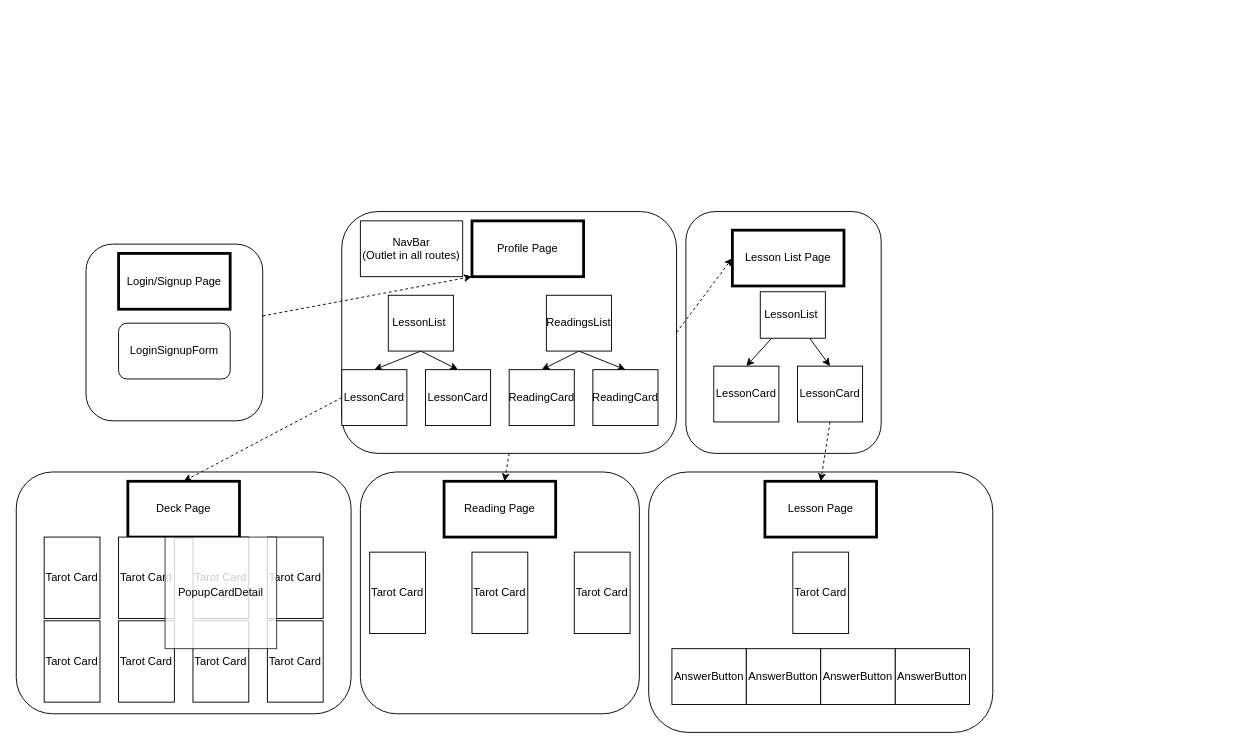
Above: planning/component-tree.drawio in jasentm/read-me (draw.io), before the change. Source tidied: cells renumbered, new cells numbered last; positions are measured from the earlier drawing's top-left corner, leaving out a move shared by most shapes. Both pictures are drawn from the tidied source at 93%, with x=0, y=0 at pixel (16, 211).
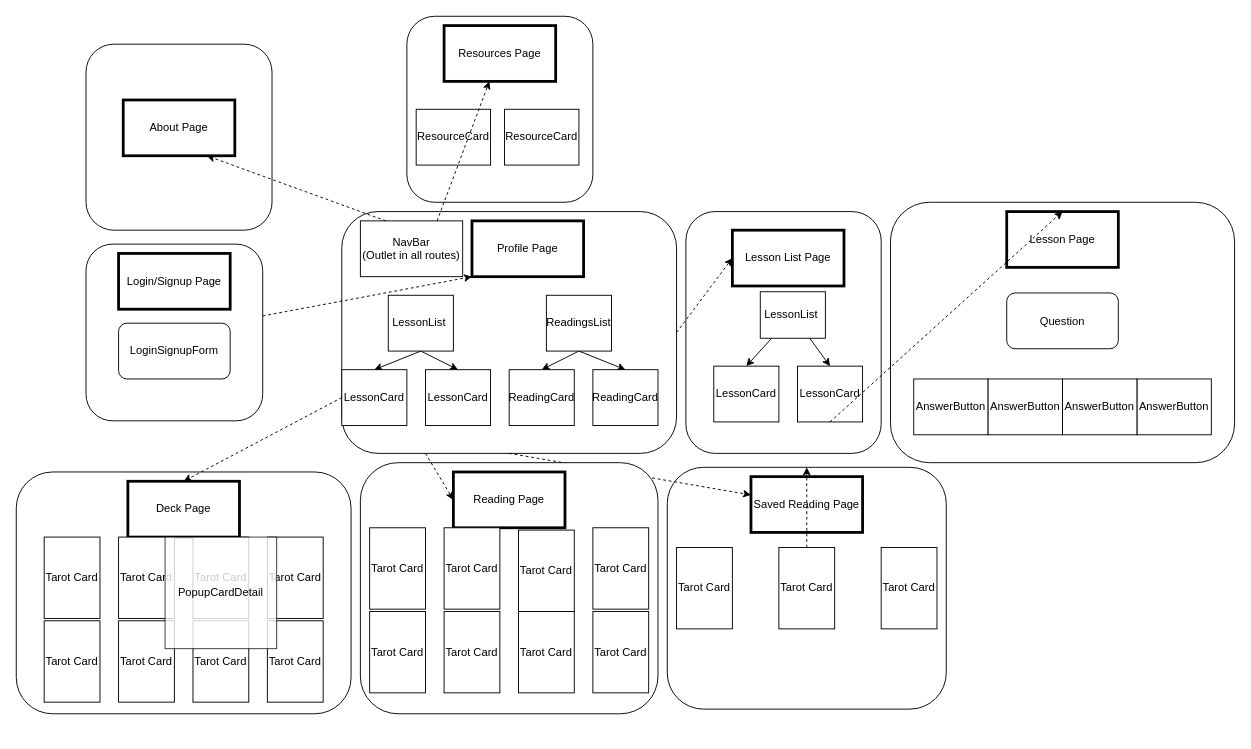
After the change.

The change refers to these unchanged cells:
```xml
<mxCell id="2" style="rounded=1;whiteSpace=wrap;html=1;" parent="1" vertex="1">
  <mxGeometry x="350" width="360" height="260" as="geometry" />
</mxCell>
<mxCell id="4" value="NavBar&lt;br&gt;(Outlet in all routes)" style="rounded=0;whiteSpace=wrap;html=1;shadow=0;strokeWidth=1;" parent="1" vertex="1">
  <mxGeometry x="370" y="10" width="110" height="60" as="geometry" />
</mxCell>
```

What changed in the source:
```diff
@@
     <mxCell id="26" style="rounded=1;whiteSpace=wrap;html=1;" parent="1" vertex="1">
-      <mxGeometry x="370" y="280" width="300" height="260" as="geometry" />
+      <mxGeometry x="700" y="275" width="300" height="260" as="geometry" />
     </mxCell>
-    <mxCell id="27" value="Reading Page" style="rounded=0;whiteSpace=wrap;html=1;shadow=0;strokeWidth=3;" parent="1" vertex="1">
-      <mxGeometry x="460" y="290" width="120" height="60" as="geometry" />
+    <mxCell id="27" value="Saved Reading Page" style="rounded=0;whiteSpace=wrap;html=1;shadow=0;strokeWidth=3;" parent="1" vertex="1">
+      <mxGeometry x="790" y="285" width="120" height="60" as="geometry" />
     </mxCell>
     <mxCell id="28" value="Tarot Card" style="rounded=0;whiteSpace=wrap;html=1;shadow=0;strokeWidth=1;" parent="1" vertex="1">
-      <mxGeometry x="380" y="366.2" width="60" height="87.5" as="geometry" />
+      <mxGeometry x="710" y="361.2" width="60" height="87.5" as="geometry" />
     </mxCell>
+    <mxCell id="53" style="edgeStyle=none;html=1;dashed=1;" parent="1" edge="1" source="29" target="26">
+      <mxGeometry relative="1" as="geometry" />
+    </mxCell>
     <mxCell id="29" value="Tarot Card" style="rounded=0;whiteSpace=wrap;html=1;shadow=0;strokeWidth=1;" parent="1" vertex="1">
-      <mxGeometry x="490" y="366.2" width="60" height="87.5" as="geometry" />
+      <mxGeometry x="820" y="361.2" width="60" height="87.5" as="geometry" />
     </mxCell>
     <mxCell id="30" value="Tarot Card" style="rounded=0;whiteSpace=wrap;html=1;shadow=0;strokeWidth=1;" parent="1" vertex="1">
-      <mxGeometry x="600" y="366.2" width="60" height="87.5" as="geometry" />
+      <mxGeometry x="930" y="361.2" width="60" height="87.5" as="geometry" />
     </mxCell>
@@
     <mxCell id="38" style="rounded=1;whiteSpace=wrap;html=1;" parent="1" vertex="1">
-      <mxGeometry x="680" y="280" width="370" height="280" as="geometry" />
+      <mxGeometry x="940" y="-10" width="370" height="280" as="geometry" />
     </mxCell>
     <mxCell id="39" value="Lesson Page" style="rounded=0;whiteSpace=wrap;html=1;shadow=0;strokeWidth=3;" parent="1" vertex="1">
-      <mxGeometry x="805" y="290" width="120" height="60" as="geometry" />
+      <mxGeometry x="1065" width="120" height="60" as="geometry" />
     </mxCell>
-    <mxCell id="40" value="Tarot Card" style="rounded=0;whiteSpace=wrap;html=1;shadow=0;strokeWidth=1;" parent="1" vertex="1">
-      <mxGeometry x="835" y="366.2" width="60" height="87.5" as="geometry" />
-    </mxCell>
     <mxCell id="41" value="AnswerButton" style="rounded=0;whiteSpace=wrap;html=1;shadow=0;strokeWidth=1;" parent="1" vertex="1">
-      <mxGeometry x="705" y="470" width="80" height="60" as="geometry" />
+      <mxGeometry x="965" y="180" width="80" height="60" as="geometry" />
     </mxCell>
     <mxCell id="42" value="AnswerButton" style="rounded=0;whiteSpace=wrap;html=1;shadow=0;strokeWidth=1;" parent="1" vertex="1">
-      <mxGeometry x="945" y="470" width="80" height="60" as="geometry" />
+      <mxGeometry x="1205" y="180" width="80" height="60" as="geometry" />
     </mxCell>
     <mxCell id="43" value="AnswerButton" style="rounded=0;whiteSpace=wrap;html=1;shadow=0;strokeWidth=1;" parent="1" vertex="1">
-      <mxGeometry x="785" y="470" width="80" height="60" as="geometry" />
+      <mxGeometry x="1045" y="180" width="80" height="60" as="geometry" />
     </mxCell>
     <mxCell id="44" value="AnswerButton" style="rounded=0;whiteSpace=wrap;html=1;shadow=0;strokeWidth=1;" parent="1" vertex="1">
-      <mxGeometry x="865" y="470" width="80" height="60" as="geometry" />
+      <mxGeometry x="1125" y="180" width="80" height="60" as="geometry" />
     </mxCell>
@@
+    <mxCell id="54" value="Question" style="rounded=1;whiteSpace=wrap;html=1;shadow=0;strokeWidth=1;" parent="1" vertex="1">
+      <mxGeometry x="1065" y="87.5" width="120" height="60" as="geometry" />
+    </mxCell>
+    <mxCell id="55" style="rounded=1;whiteSpace=wrap;html=1;" parent="1" vertex="1">
+      <mxGeometry x="370" y="270" width="320" height="270" as="geometry" />
+    </mxCell>
+    <mxCell id="56" value="Reading Page" style="rounded=0;whiteSpace=wrap;html=1;shadow=0;strokeWidth=3;" parent="1" vertex="1">
+      <mxGeometry x="470" y="280" width="120" height="60" as="geometry" />
+    </mxCell>
+    <mxCell id="57" value="Tarot Card" style="rounded=0;whiteSpace=wrap;html=1;shadow=0;strokeWidth=1;" parent="1" vertex="1">
+      <mxGeometry x="380" y="430" width="60" height="87.5" as="geometry" />
+    </mxCell>
+    <mxCell id="58" value="Tarot Card" style="rounded=0;whiteSpace=wrap;html=1;shadow=0;strokeWidth=1;" parent="1" vertex="1">
+      <mxGeometry x="460" y="430" width="60" height="87.5" as="geometry" />
+    </mxCell>
+    <mxCell id="59" value="Tarot Card" style="rounded=0;whiteSpace=wrap;html=1;shadow=0;strokeWidth=1;" parent="1" vertex="1">
+      <mxGeometry x="540" y="430" width="60" height="87.5" as="geometry" />
+    </mxCell>
+    <mxCell id="60" value="Tarot Card" style="rounded=0;whiteSpace=wrap;html=1;shadow=0;strokeWidth=1;" parent="1" vertex="1">
+      <mxGeometry x="620" y="430" width="60" height="87.5" as="geometry" />
+    </mxCell>
+    <mxCell id="61" value="Tarot Card" style="rounded=0;whiteSpace=wrap;html=1;shadow=0;strokeWidth=1;" parent="1" vertex="1">
+      <mxGeometry x="380" y="340" width="60" height="87.5" as="geometry" />
+    </mxCell>
+    <mxCell id="62" value="Tarot Card" style="rounded=0;whiteSpace=wrap;html=1;shadow=0;strokeWidth=1;" parent="1" vertex="1">
+      <mxGeometry x="460" y="340" width="60" height="87.5" as="geometry" />
+    </mxCell>
+    <mxCell id="63" value="Tarot Card" style="rounded=0;whiteSpace=wrap;html=1;shadow=0;strokeWidth=1;" parent="1" vertex="1">
+      <mxGeometry x="620" y="340" width="60" height="87.5" as="geometry" />
+    </mxCell>
+    <mxCell id="64" value="Tarot Card" style="rounded=0;whiteSpace=wrap;html=1;shadow=0;strokeWidth=1;" parent="1" vertex="1">
+      <mxGeometry x="540" y="342.5" width="60" height="87.5" as="geometry" />
+    </mxCell>
+    <mxCell id="65" style="edgeStyle=none;html=1;exitX=0.25;exitY=1;exitDx=0;exitDy=0;entryX=0;entryY=0.5;entryDx=0;entryDy=0;dashed=1;" parent="1" edge="1" source="2" target="56">
+      <mxGeometry relative="1" as="geometry" />
+    </mxCell>
+    <mxCell id="66" style="rounded=1;whiteSpace=wrap;html=1;" parent="1" vertex="1">
+      <mxGeometry x="75" y="-180" width="200" height="200" as="geometry" />
+    </mxCell>
+    <mxCell id="67" value="About Page" style="rounded=0;whiteSpace=wrap;html=1;shadow=0;strokeWidth=3;" parent="1" vertex="1">
+      <mxGeometry x="115" y="-120" width="120" height="60" as="geometry" />
+    </mxCell>
+    <mxCell id="68" style="edgeStyle=none;html=1;exitX=0.25;exitY=0;exitDx=0;exitDy=0;entryX=0.75;entryY=1;entryDx=0;entryDy=0;dashed=1;" parent="1" edge="1" source="4" target="67">
+      <mxGeometry relative="1" as="geometry" />
+    </mxCell>
+    <mxCell id="69" style="rounded=1;whiteSpace=wrap;html=1;" parent="1" vertex="1">
+      <mxGeometry x="420" y="-210" width="200" height="200" as="geometry" />
+    </mxCell>
+    <mxCell id="70" value="Resources Page" style="rounded=0;whiteSpace=wrap;html=1;shadow=0;strokeWidth=3;" parent="1" vertex="1">
+      <mxGeometry x="460" y="-200" width="120" height="60" as="geometry" />
+    </mxCell>
+    <mxCell id="71" value="ResourceCard" style="rounded=0;whiteSpace=wrap;html=1;shadow=0;strokeWidth=1;" parent="1" vertex="1">
+      <mxGeometry x="430" y="-110" width="80" height="60" as="geometry" />
+    </mxCell>
+    <mxCell id="72" value="ResourceCard" style="rounded=0;whiteSpace=wrap;html=1;shadow=0;strokeWidth=1;" parent="1" vertex="1">
+      <mxGeometry x="525" y="-110" width="80" height="60" as="geometry" />
+    </mxCell>
+    <mxCell id="73" style="edgeStyle=none;html=1;exitX=0.75;exitY=0;exitDx=0;exitDy=0;dashed=1;" parent="1" edge="1" source="4" target="70">
+      <mxGeometry relative="1" as="geometry" />
+    </mxCell>
```
